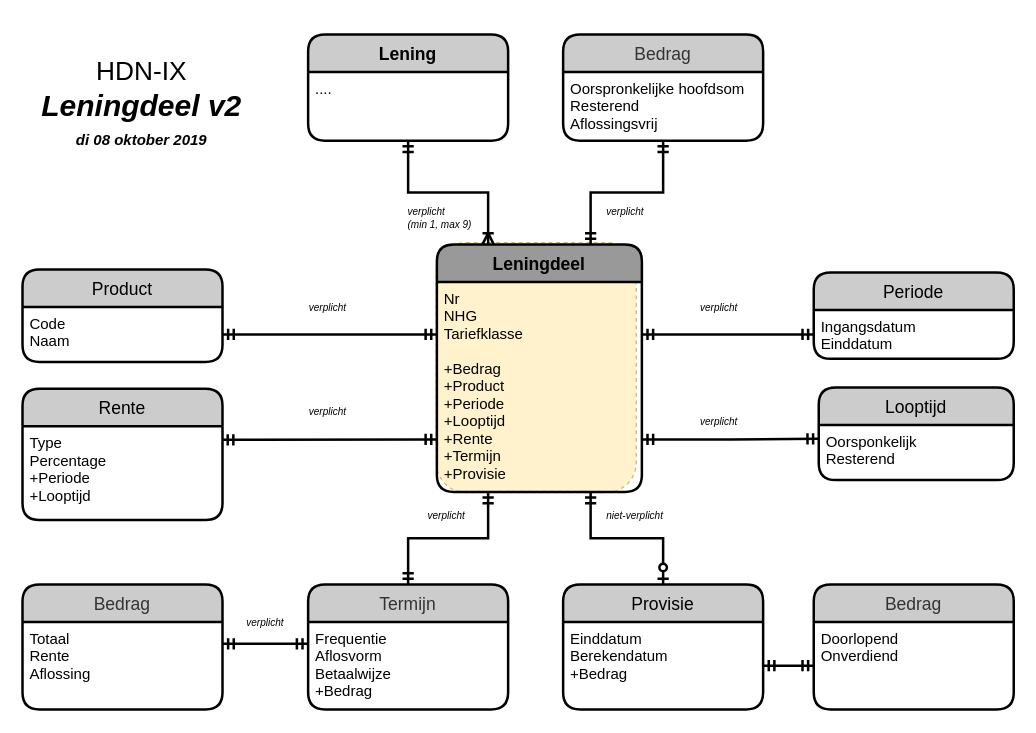
Before: page "Leningdeel" (5 of 10) of 3rdParty-HDN.drawio in luchthandel/diagrams, a draw.io diagram. Source tidied: cells renumbered, new cells numbered last; positions are measured from the earlier drawing's top-left corner, leaving out a move shared by most shapes. Both pictures are drawn from the tidied source at 125%, with x=0, y=0 at pixel (22, 21).
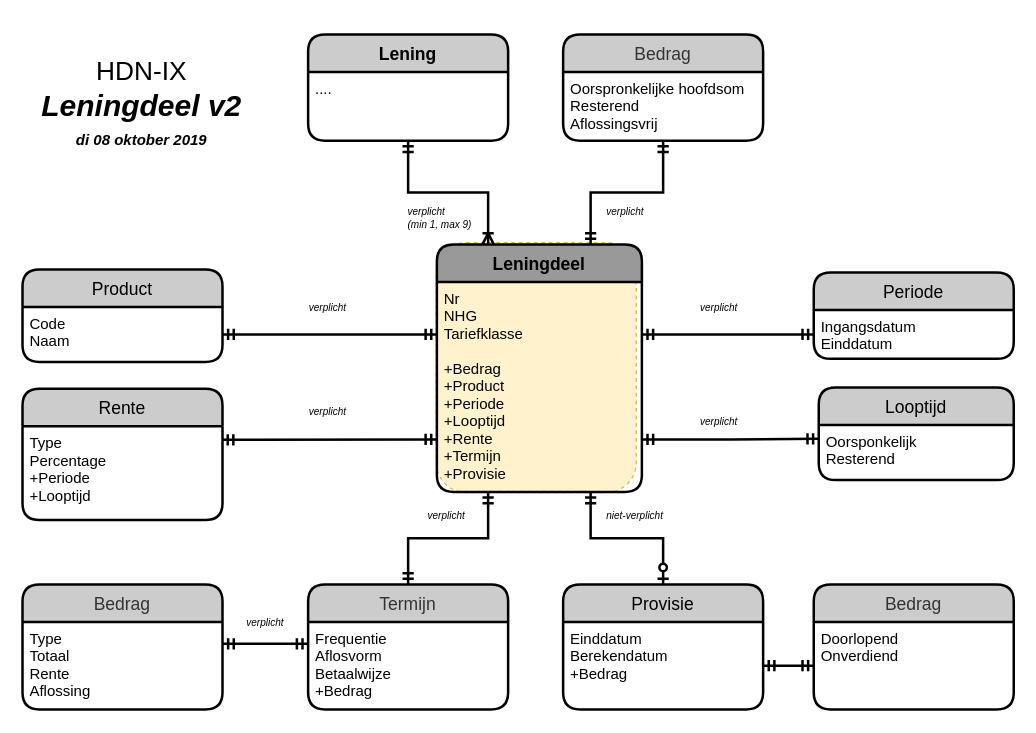
Above is the later version.

The change refers to these unchanged cells:
```xml
<mxCell id="31" value="Bedrag" style="swimlane;horizontal=1;startSize=30;fillColor=#CCCCCC;rounded=1;fontSize=14;fontStyle=0;strokeWidth=2;shadow=0;dashed=0;align=center;strokeColor=#000000;fontColor=#333333;" parent="1" vertex="1">
  <mxGeometry x="-0.5" y="450" width="160" height="100" as="geometry" />
</mxCell>
```

The edit, as a diff of the source:
```diff
@@
-    <mxCell id="32" value="Totaal&#10;Rente&#10;Aflossing" style="align=left;strokeColor=none;fillColor=none;spacingLeft=4;fontSize=12;verticalAlign=top;" parent="31" vertex="1">
+    <mxCell id="32" value="Type&#10;Totaal&#10;Rente&#10;Aflossing" style="align=left;strokeColor=none;fillColor=none;spacingLeft=4;fontSize=12;verticalAlign=top;" parent="31" vertex="1">
       <mxGeometry y="30" width="160" height="70" as="geometry" />
     </mxCell>
```
